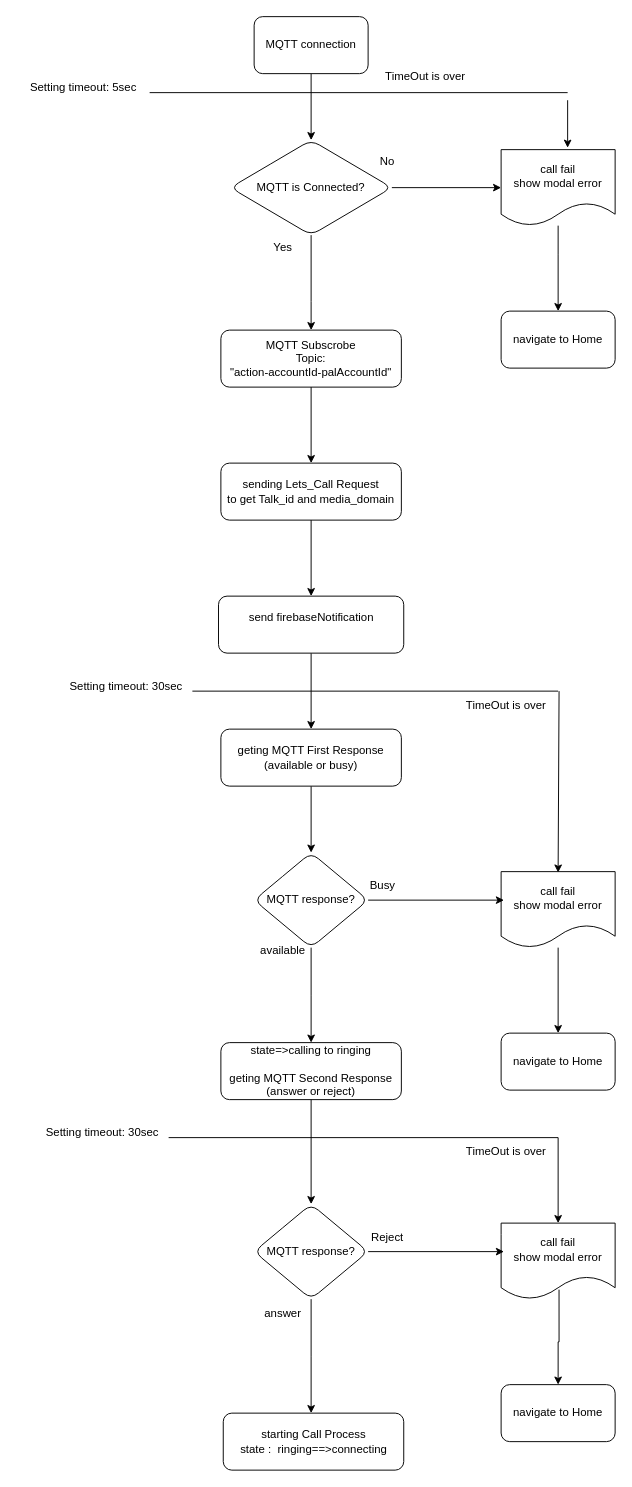
Above: page "calling_to_ringing" (3 of 3) of Untitled Diagram.drawio in argolpour/bash-scripts (draw.io), before the change. Source tidied: cells renumbered, new cells numbered last; positions are measured from the earlier drawing's top-left corner, leaving out a move shared by most shapes. Both pictures are drawn from the tidied source at 95%, with x=0, y=0 at pixel (16, 16).
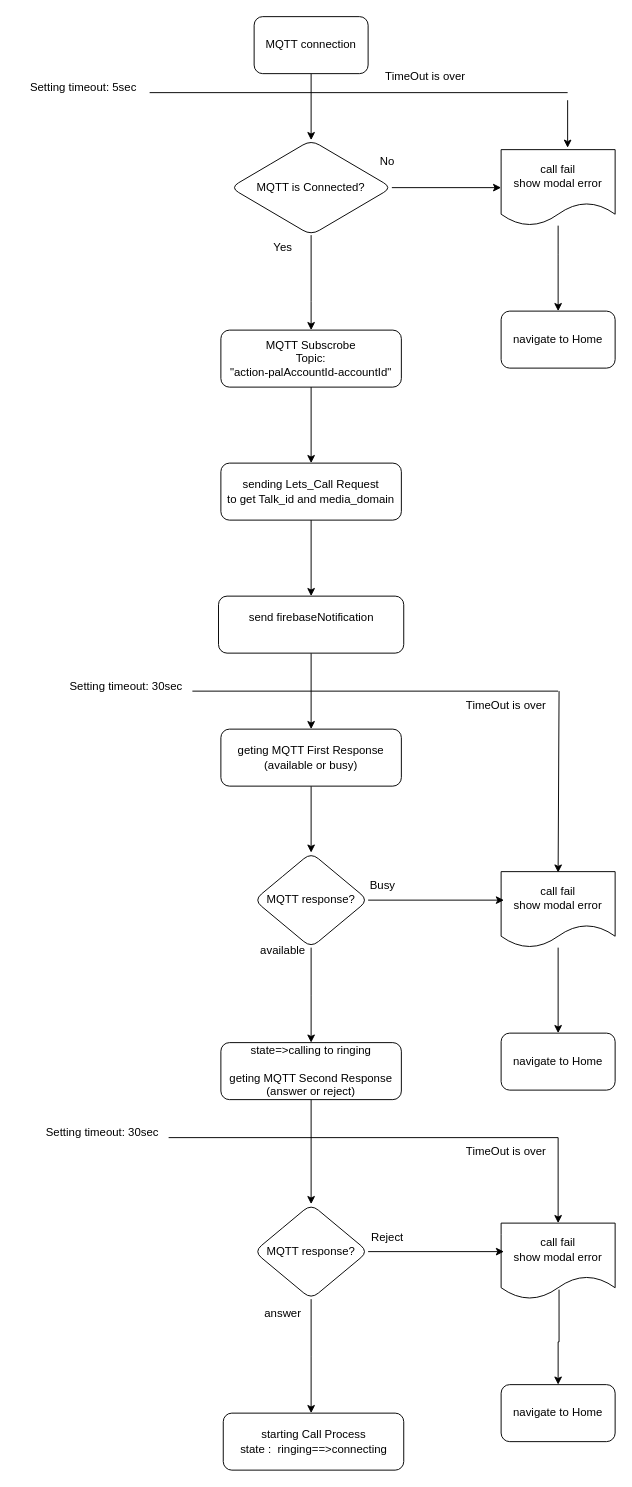
Above is the later version.

Change to the diagram source:
```diff
@@
-    <mxCell id="12" value="&lt;div&gt;MQTT Subscrobe &lt;br&gt;&lt;/div&gt;&lt;div&gt;Topic:&lt;/div&gt;&lt;div&gt;&quot;action-accountId-palAccountId&quot;&lt;br&gt;&lt;/div&gt;" style="whiteSpace=wrap;html=1;rounded=1;" parent="1" vertex="1">
+    <mxCell id="12" value="&lt;div&gt;MQTT Subscrobe &lt;br&gt;&lt;/div&gt;&lt;div&gt;Topic:&lt;/div&gt;&lt;div&gt;&quot;action-palAccountId-accountId&quot;&lt;br&gt;&lt;/div&gt;" style="whiteSpace=wrap;html=1;rounded=1;" parent="1" vertex="1">
       <mxGeometry x="215" y="330" width="190" height="60" as="geometry" />
     </mxCell>
```
